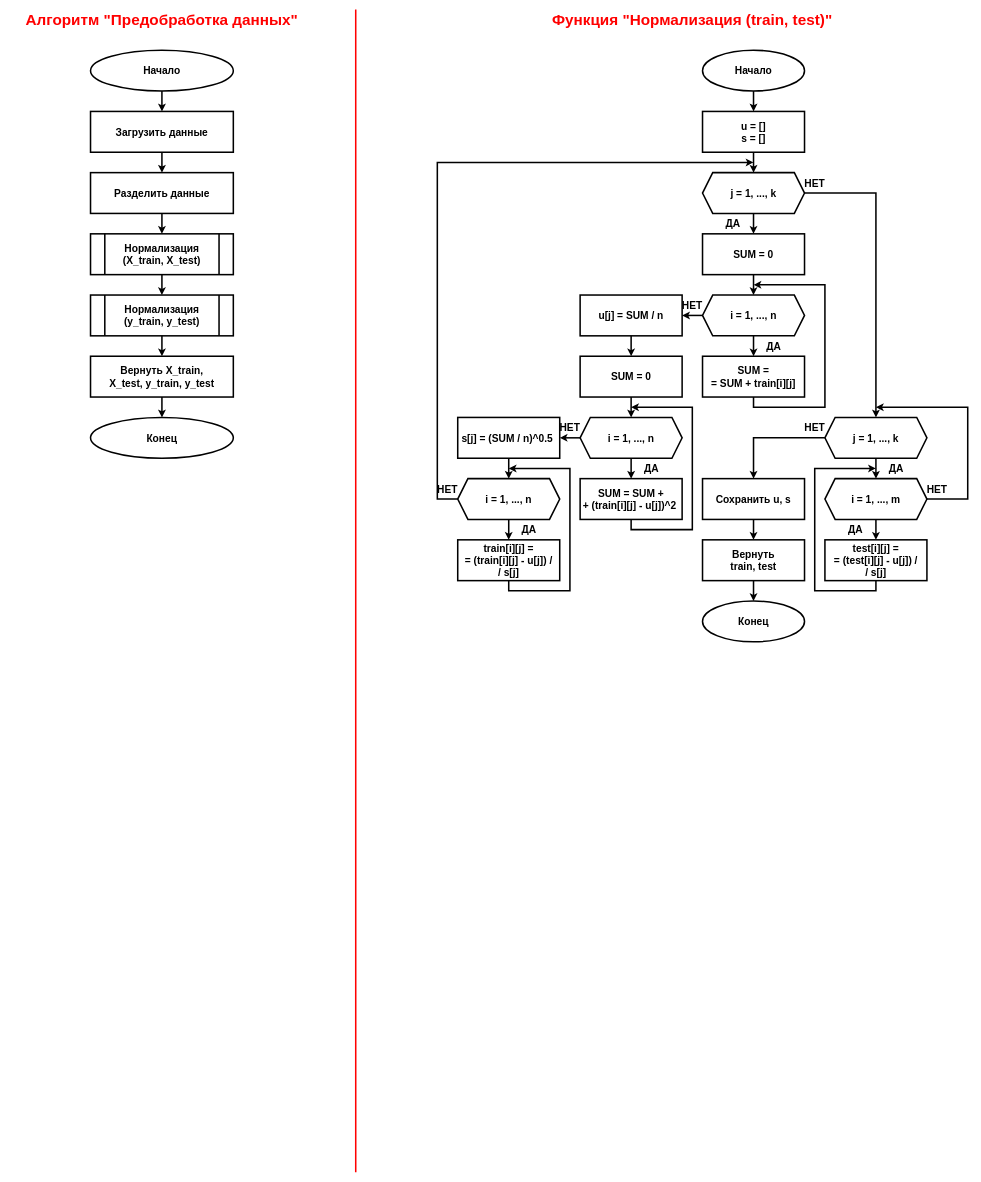
Before: page "Предобработка данных" (2 of 4) of ВКР, отчет/ВКР, материалы работы/ВКР, блок-схемы.drawio in Cyber-Limon/Final_qualifying_work___Diploma, a draw.io diagram. Source tidied: cells renumbered, new cells numbered last; positions are measured from the earlier drawing's top-left corner, leaving out a move shared by most shapes. Both pictures are drawn from the tidied source at 51%, with x=0, y=0 at pixel (9, 9).
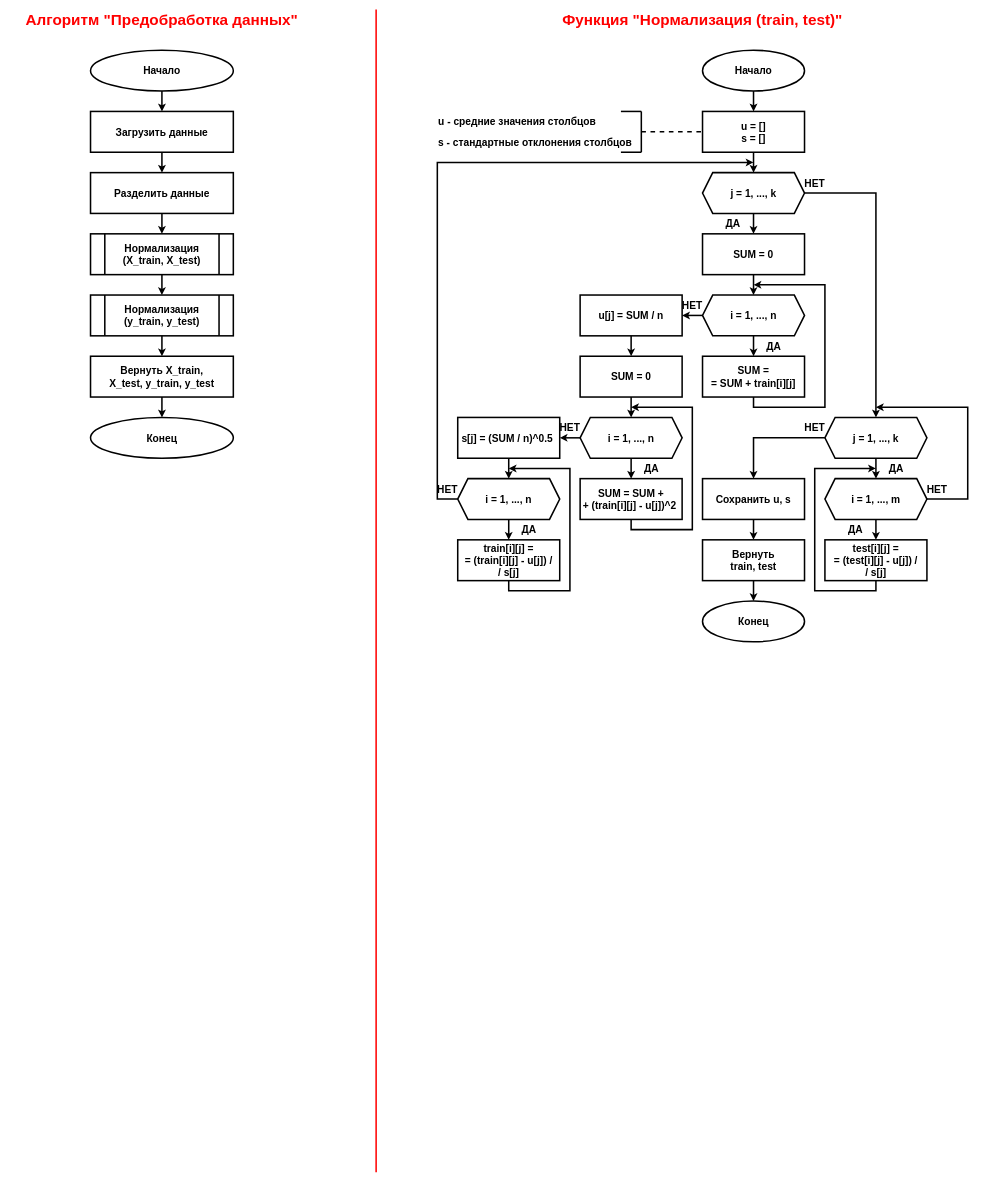
After the change.

The change refers to these unchanged cells:
```xml
<mxCell id="71" value="u = []&lt;div&gt;s = []&lt;/div&gt;" style="rounded=0;whiteSpace=wrap;html=1;strokeWidth=3;fontSize=20;fontStyle=1;" parent="1" vertex="1">
  <mxGeometry x="1360" y="200" width="200" height="80" as="geometry" />
</mxCell>
```

What changed in the source:
```diff
@@
     <mxCell id="14" style="endArrow=none;html=1;rounded=0;strokeWidth=3;fillColor=#e51400;strokeColor=#FF0000;" parent="1" edge="1">
       <mxGeometry relative="1" as="geometry">
-        <mxPoint x="680" y="2280" as="sourcePoint" />
-        <mxPoint x="680" as="targetPoint" />
+        <mxPoint x="720" y="2280" as="sourcePoint" />
+        <mxPoint x="720" as="targetPoint" />
       </mxGeometry>
     </mxCell>
     <mxCell id="15" value="&lt;span&gt;&lt;b&gt;Функция &quot;Нормализация (train, test)&quot;&lt;/b&gt;&lt;/span&gt;" style="text;html=1;whiteSpace=wrap;strokeColor=none;fillColor=none;align=center;verticalAlign=middle;rounded=0;fontColor=#FF0000;fontSize=30;" parent="1" vertex="1">
-      <mxGeometry x="800" width="1080" height="40" as="geometry" />
+      <mxGeometry x="840" width="1040" height="40" as="geometry" />
     </mxCell>
@@
+    <mxCell id="73" style="endArrow=none;html=1;rounded=0;strokeWidth=3;startArrow=none;startFill=0;endFill=0;" parent="1" edge="1">
+      <mxGeometry relative="1" as="geometry">
+        <mxPoint x="1240" y="200" as="sourcePoint" />
+        <mxPoint x="1240" y="280" as="targetPoint" />
+      </mxGeometry>
+    </mxCell>
+    <mxCell id="74" style="endArrow=none;html=1;rounded=0;strokeWidth=3;startArrow=none;startFill=0;endFill=0;" parent="1" edge="1">
+      <mxGeometry relative="1" as="geometry">
+        <mxPoint x="1200" y="200" as="sourcePoint" />
+        <mxPoint x="1240" y="200" as="targetPoint" />
+      </mxGeometry>
+    </mxCell>
+    <mxCell id="75" style="endArrow=none;html=1;rounded=0;strokeWidth=3;startArrow=none;startFill=0;endFill=0;" parent="1" edge="1">
+      <mxGeometry relative="1" as="geometry">
+        <mxPoint x="1200" y="280" as="sourcePoint" />
+        <mxPoint x="1240" y="280" as="targetPoint" />
+      </mxGeometry>
+    </mxCell>
+    <mxCell id="76" style="endArrow=none;html=1;rounded=0;strokeWidth=3;startArrow=none;startFill=0;endFill=0;dashed=1;entryX=0;entryY=0.5;entryDx=0;entryDy=0;" parent="1" edge="1" target="71">
+      <mxGeometry relative="1" as="geometry">
+        <mxPoint x="1240" y="240" as="sourcePoint" />
+      </mxGeometry>
+    </mxCell>
+    <mxCell id="77" value="s - стандартные отклонения столбцов&amp;nbsp;" style="text;html=1;whiteSpace=wrap;strokeColor=none;fillColor=none;align=left;verticalAlign=middle;rounded=0;fontStyle=1;fontSize=20;" parent="1" vertex="1">
+      <mxGeometry x="840" y="240" width="400" height="40" as="geometry" />
+    </mxCell>
+    <mxCell id="78" value="u - средние значения столбцов&amp;nbsp;" style="text;html=1;whiteSpace=wrap;strokeColor=none;fillColor=none;align=left;verticalAlign=middle;rounded=0;fontStyle=1;fontSize=20;" parent="1" vertex="1">
+      <mxGeometry x="840" y="200" width="400" height="40" as="geometry" />
+    </mxCell>
```
